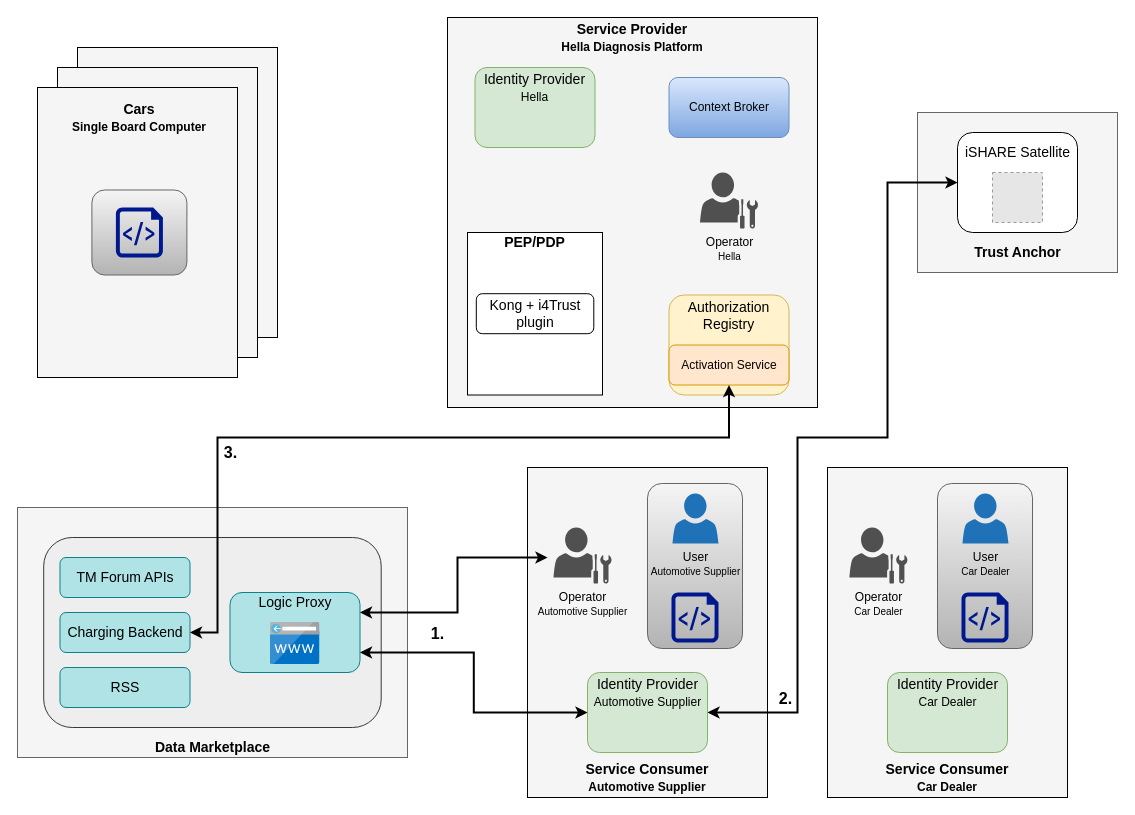
The draw.io diagram page "i4Trust_Acquisition" (3 of 4) of doc/img/Demonstrator.drawio in wistefan/ai-marketplace, before the edit. Source tidied: cells renumbered, new cells numbered last; positions are measured from the earlier drawing's top-left corner, leaving out a move shared by most shapes. Both pictures are drawn from the tidied source at 100%, with x=0, y=0 at pixel (17, 17). Pictures stored in the file or linked from it are replaced by grey dashed boxes.
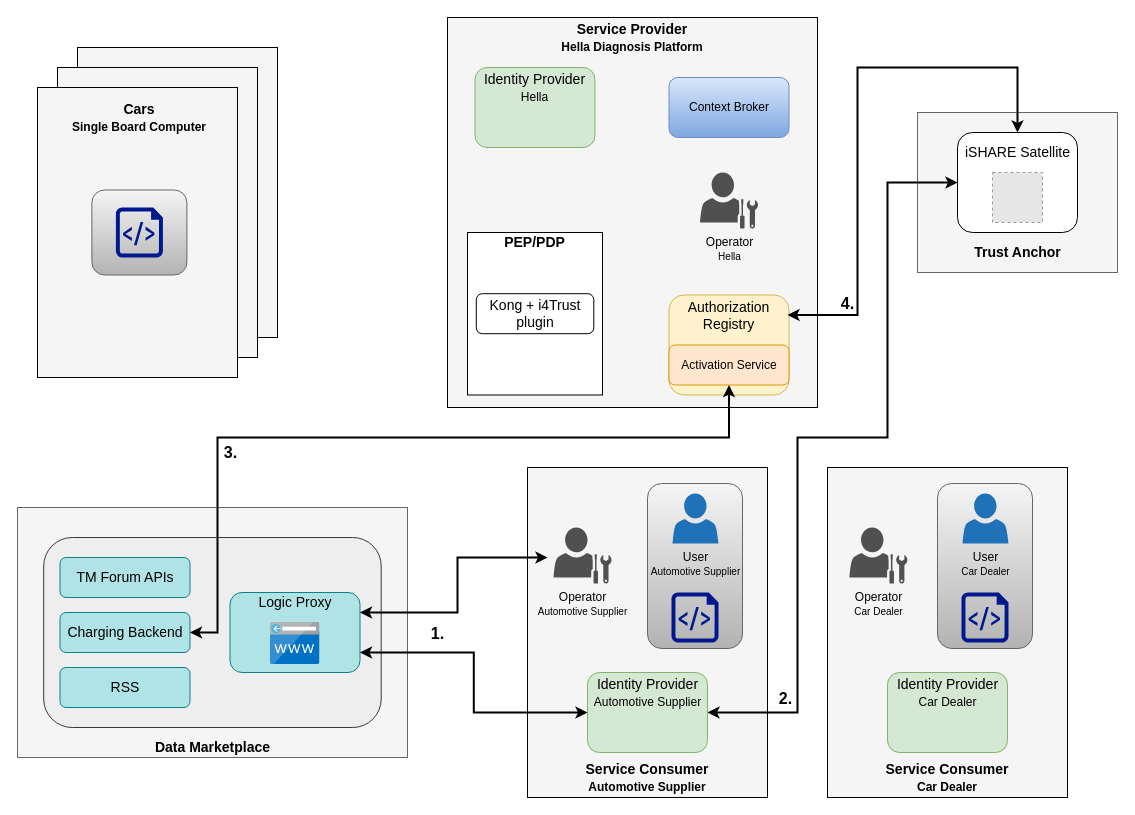
The same page after the edit.

The change refers to these unchanged cells:
```xml
<mxCell id="27" value="iSHARE Satellite" style="text;html=1;strokeColor=none;fillColor=none;align=center;verticalAlign=middle;whiteSpace=wrap;rounded=0;fontSize=14;" parent="1" vertex="1">
  <mxGeometry x="941.5" y="115" width="117" height="40" as="geometry" />
</mxCell>
<mxCell id="34" value="Authorization Registry" style="text;html=1;strokeColor=none;fillColor=none;align=center;verticalAlign=middle;whiteSpace=wrap;rounded=0;fontSize=14;" parent="1" vertex="1">
  <mxGeometry x="653" y="277.5" width="117" height="40" as="geometry" />
</mxCell>
```

What changed in the source:
```diff
@@
+    <mxCell id="58" style="edgeStyle=orthogonalEdgeStyle;rounded=0;jettySize=auto;html=1;exitX=1;exitY=0.5;exitDx=0;exitDy=0;entryX=0.5;entryY=0;entryDx=0;entryDy=0;strokeWidth=2;fontSize=16;startArrow=classic;startFill=1;targetPerimeterSpacing=0;" parent="1" edge="1" source="34" target="27">
+      <mxGeometry relative="1" as="geometry">
+        <Array as="points">
+          <mxPoint x="840" y="298" />
+          <mxPoint x="840" y="50" />
+          <mxPoint x="1000" y="50" />
+        </Array>
+      </mxGeometry>
+    </mxCell>
+    <mxCell id="59" value="&lt;b&gt;4.&lt;/b&gt;" style="edgeLabel;html=1;align=center;verticalAlign=middle;fontSize=16;spacingBottom=10;spacingRight=4;" parent="58" vertex="1">
+      <mxGeometry x="-0.79" relative="1" as="geometry">
+        <mxPoint x="4" y="-7" as="offset" />
+      </mxGeometry>
+    </mxCell>
```
